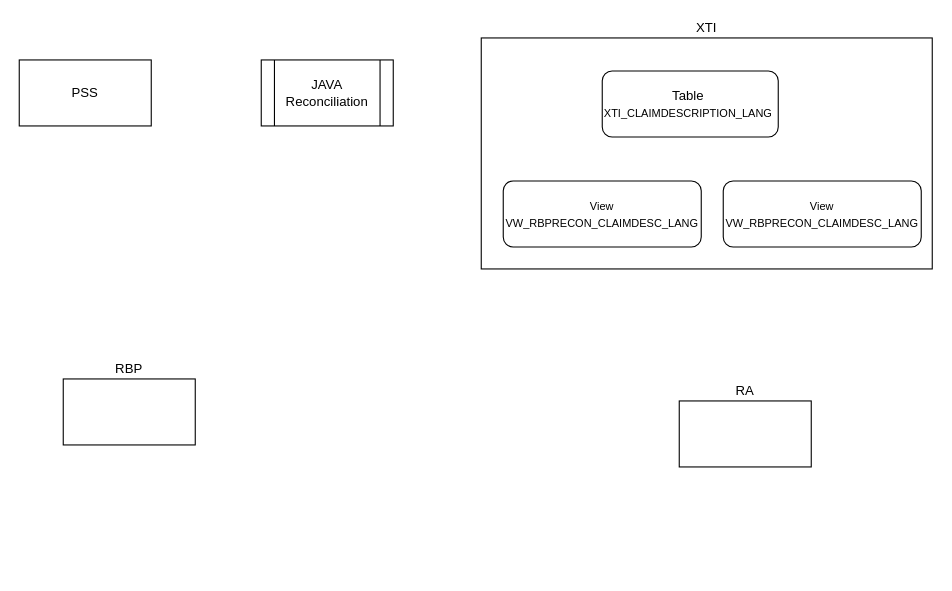
The draw.io diagram Untitled Diagram.drawio in kingshukdutta84/learnbay_datascience_12augusts, before the edit. Source tidied: cells renumbered, new cells numbered last; positions are measured from the earlier drawing's top-left corner, leaving out a move shared by most shapes. Both pictures are drawn from the tidied source at 110%, with x=0, y=0 at pixel (19, 37).
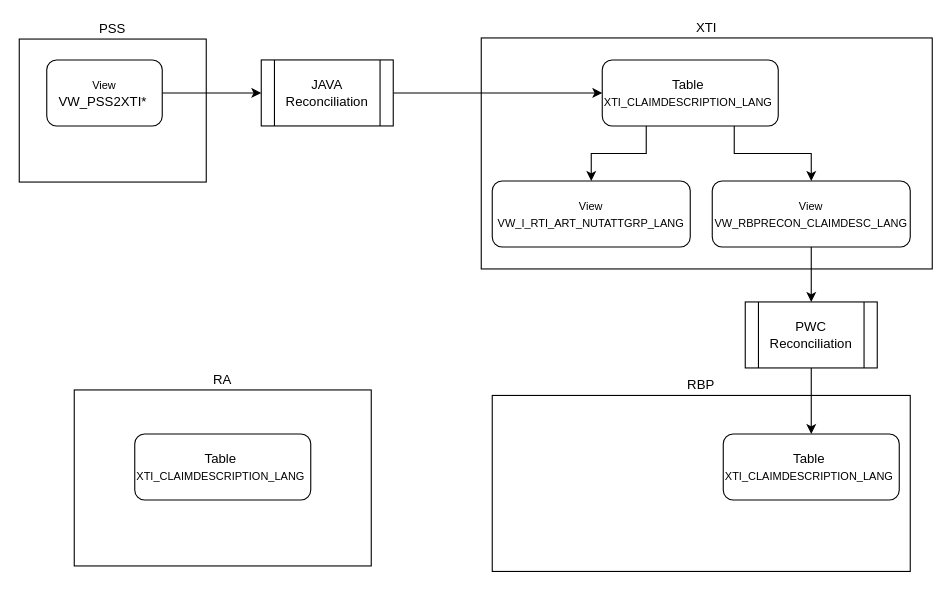
After the change.

The edit, as a diff of the source:
```diff
@@
 <mxGraphModel>
   <root>
     <mxCell id="0" />
     <mxCell id="1" parent="0" />
-    <mxCell id="2" value="PSS" style="rounded=0;whiteSpace=wrap;html=1;" parent="1" vertex="1">
-      <mxGeometry y="20" width="120" height="60" as="geometry" />
+    <mxCell id="2" value="PSS" style="rounded=0;whiteSpace=wrap;html=1;labelPosition=center;verticalLabelPosition=top;align=center;verticalAlign=bottom;" parent="1" vertex="1">
+      <mxGeometry y="1" width="170" height="130" as="geometry" />
     </mxCell>
     <mxCell id="3" value="XTI" style="rounded=0;whiteSpace=wrap;html=1;labelPosition=center;verticalLabelPosition=top;align=center;verticalAlign=bottom;" parent="1" vertex="1">
       <mxGeometry x="420" width="410" height="210" as="geometry" />
     </mxCell>
     <mxCell id="4" value="RBP" style="rounded=0;whiteSpace=wrap;html=1;labelPosition=center;verticalLabelPosition=top;align=center;verticalAlign=bottom;" parent="1" vertex="1">
-      <mxGeometry x="40" y="310" width="120" height="60" as="geometry" />
+      <mxGeometry x="430" y="325" width="380" height="160" as="geometry" />
     </mxCell>
     <mxCell id="5" value="RA" style="rounded=0;whiteSpace=wrap;html=1;labelPosition=center;verticalLabelPosition=top;align=center;verticalAlign=bottom;" parent="1" vertex="1">
-      <mxGeometry x="600" y="330" width="120" height="60" as="geometry" />
+      <mxGeometry x="50" y="320" width="270" height="160" as="geometry" />
     </mxCell>
+    <mxCell id="10" style="edgeStyle=orthogonalEdgeStyle;rounded=0;jettySize=auto;html=1;entryX=0;entryY=0.5;entryDx=0;entryDy=0;" parent="1" edge="1" source="6" target="7">
+      <mxGeometry relative="1" as="geometry" />
+    </mxCell>
     <mxCell id="6" value="JAVA Reconciliation" style="shape=process;whiteSpace=wrap;html=1;backgroundOutline=1;" parent="1" vertex="1">
       <mxGeometry x="220" y="20" width="120" height="60" as="geometry" />
     </mxCell>
+    <mxCell id="11" style="edgeStyle=orthogonalEdgeStyle;rounded=0;jettySize=auto;html=1;exitX=0.75;exitY=1;exitDx=0;exitDy=0;" parent="1" edge="1" source="7" target="8">
+      <mxGeometry relative="1" as="geometry" />
+    </mxCell>
+    <mxCell id="12" style="edgeStyle=orthogonalEdgeStyle;rounded=0;jettySize=auto;html=1;exitX=0.25;exitY=1;exitDx=0;exitDy=0;entryX=0.5;entryY=0;entryDx=0;entryDy=0;" parent="1" edge="1" source="7" target="9">
+      <mxGeometry relative="1" as="geometry" />
+    </mxCell>
     <mxCell id="7" value="&lt;font style=&quot;font-size: 10px;&quot;&gt;&lt;span style=&quot;font-size: 12px;&quot;&gt;Table&amp;nbsp;&lt;/span&gt;&lt;/font&gt;&lt;div&gt;&lt;font style=&quot;font-size: 10px;&quot;&gt;XTI_CLAIMDESCRIPTION_LANG&lt;/font&gt;&amp;nbsp;&lt;/div&gt;" style="rounded=1;whiteSpace=wrap;html=1;" parent="1" vertex="1">
-      <mxGeometry x="530" y="30" width="160" height="60" as="geometry" />
+      <mxGeometry x="530" y="20" width="160" height="60" as="geometry" />
     </mxCell>
+    <mxCell id="13" style="edgeStyle=orthogonalEdgeStyle;rounded=0;jettySize=auto;html=1;exitX=0.5;exitY=1;exitDx=0;exitDy=0;" parent="1" edge="1" source="8" target="18">
+      <mxGeometry relative="1" as="geometry" />
+    </mxCell>
     <mxCell id="8" value="&lt;span style=&quot;font-family: &amp;quot;Aptos Narrow&amp;quot;, sans-serif;&quot;&gt;&lt;font style=&quot;font-size: 10px;&quot;&gt;View&lt;/font&gt;&lt;/span&gt;&lt;div&gt;&lt;span style=&quot;font-family: &amp;quot;Aptos Narrow&amp;quot;, sans-serif;&quot;&gt;&lt;font style=&quot;font-size: 10px;&quot;&gt;VW_RBPRECON_CLAIMDESC_LANG&lt;/font&gt;&lt;/span&gt;&lt;/div&gt;" style="rounded=1;whiteSpace=wrap;html=1;" parent="1" vertex="1">
-      <mxGeometry x="440" y="130" width="180" height="60" as="geometry" />
+      <mxGeometry x="630" y="130" width="180" height="60" as="geometry" />
     </mxCell>
-    <mxCell id="9" value="&lt;span style=&quot;font-family: &amp;quot;Aptos Narrow&amp;quot;, sans-serif;&quot;&gt;&lt;font style=&quot;font-size: 10px;&quot;&gt;View&lt;/font&gt;&lt;/span&gt;&lt;div&gt;&lt;span style=&quot;font-family: &amp;quot;Aptos Narrow&amp;quot;, sans-serif;&quot;&gt;&lt;font style=&quot;font-size: 10px;&quot;&gt;VW_RBPRECON_CLAIMDESC_LANG&lt;/font&gt;&lt;/span&gt;&lt;/div&gt;" style="rounded=1;whiteSpace=wrap;html=1;" parent="1" vertex="1">
-      <mxGeometry x="640" y="130" width="180" height="60" as="geometry" />
+    <mxCell id="9" value="&lt;span style=&quot;font-family: &amp;quot;Aptos Narrow&amp;quot;, sans-serif;&quot;&gt;&lt;font style=&quot;font-size: 10px;&quot;&gt;View&lt;/font&gt;&lt;/span&gt;&lt;div&gt;&lt;span style=&quot;font-family: &amp;quot;Aptos Narrow&amp;quot;, sans-serif;&quot;&gt;&lt;font style=&quot;font-size: 10px;&quot;&gt;VW_I_RTI_ART_NUTATTGRP_LANG&lt;/font&gt;&lt;/span&gt;&lt;/div&gt;" style="rounded=1;whiteSpace=wrap;html=1;" parent="1" vertex="1">
+      <mxGeometry x="430" y="130" width="180" height="60" as="geometry" />
     </mxCell>
+    <mxCell id="14" style="edgeStyle=orthogonalEdgeStyle;rounded=0;jettySize=auto;html=1;exitX=1;exitY=0.5;exitDx=0;exitDy=0;entryX=0;entryY=0.5;entryDx=0;entryDy=0;" parent="1" edge="1" source="15" target="6">
+      <mxGeometry relative="1" as="geometry" />
+    </mxCell>
+    <mxCell id="15" value="&lt;span style=&quot;font-family: &amp;quot;Aptos Narrow&amp;quot;, sans-serif;&quot;&gt;&lt;font style=&quot;font-size: 10px;&quot;&gt;View&lt;/font&gt;&lt;/span&gt;&lt;div&gt;&lt;span style=&quot;font-family: Calibri, sans-serif;&quot;&gt;&lt;font style=&quot;&quot;&gt;&lt;font style=&quot;font-size: 12px;&quot;&gt;VW_PSS2XTI*&lt;/font&gt;&lt;span style=&quot;font-size: 10px;&quot;&gt;&amp;nbsp;&lt;/span&gt;&lt;/font&gt;&lt;/span&gt;&lt;/div&gt;" style="rounded=1;whiteSpace=wrap;html=1;" parent="1" vertex="1">
+      <mxGeometry x="25" y="20" width="105" height="60" as="geometry" />
+    </mxCell>
+    <mxCell id="16" value="&lt;font style=&quot;font-size: 10px;&quot;&gt;&lt;span style=&quot;font-size: 12px;&quot;&gt;Table&amp;nbsp;&lt;/span&gt;&lt;/font&gt;&lt;div&gt;&lt;font style=&quot;font-size: 10px;&quot;&gt;XTI_CLAIMDESCRIPTION_LANG&lt;/font&gt;&amp;nbsp;&lt;/div&gt;" style="rounded=1;whiteSpace=wrap;html=1;" parent="1" vertex="1">
+      <mxGeometry x="640" y="360" width="160" height="60" as="geometry" />
+    </mxCell>
+    <mxCell id="17" style="edgeStyle=orthogonalEdgeStyle;rounded=0;jettySize=auto;html=1;exitX=0.5;exitY=1;exitDx=0;exitDy=0;" parent="1" edge="1" source="18" target="16">
+      <mxGeometry relative="1" as="geometry" />
+    </mxCell>
+    <mxCell id="18" value="PWC Reconciliation" style="shape=process;whiteSpace=wrap;html=1;backgroundOutline=1;" parent="1" vertex="1">
+      <mxGeometry x="660" y="240" width="120" height="60" as="geometry" />
+    </mxCell>
+    <mxCell id="19" value="&lt;font style=&quot;font-size: 10px;&quot;&gt;&lt;span style=&quot;font-size: 12px;&quot;&gt;Table&amp;nbsp;&lt;/span&gt;&lt;/font&gt;&lt;div&gt;&lt;font style=&quot;font-size: 10px;&quot;&gt;XTI_CLAIMDESCRIPTION_LANG&lt;/font&gt;&amp;nbsp;&lt;/div&gt;" style="rounded=1;whiteSpace=wrap;html=1;" parent="1" vertex="1">
+      <mxGeometry x="105" y="360" width="160" height="60" as="geometry" />
+    </mxCell>
   </root>
 </mxGraphModel>
```
